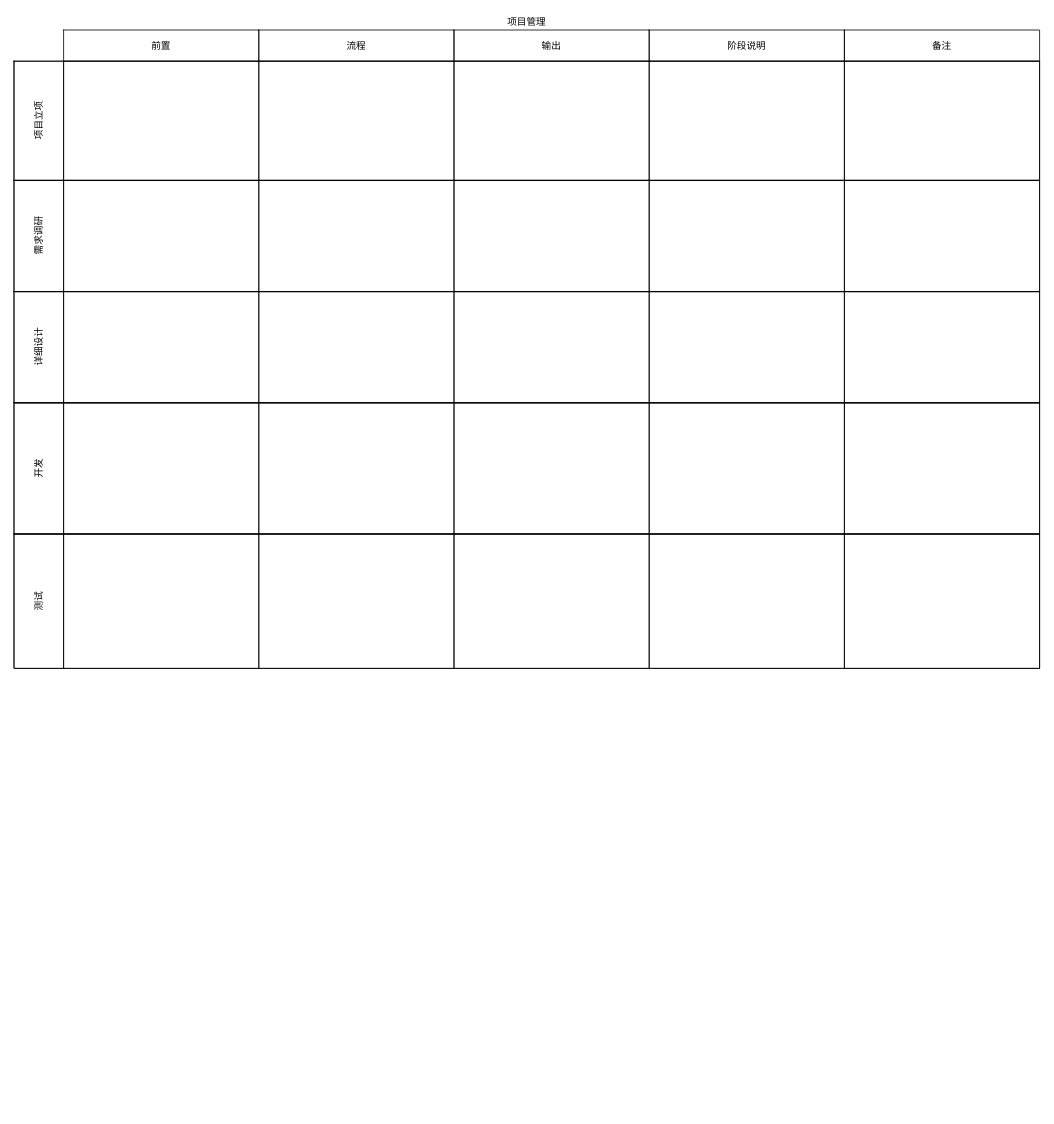
This is 未命名绘图.drawio from uiwifi/test, a draw.io file, before an edit. Source tidied: cells renumbered, new cells numbered last; positions are measured from the earlier drawing's top-left corner, leaving out a move shared by most shapes. Both pictures are drawn from the tidied source at 80%, with x=0, y=0 at pixel (14, 14).
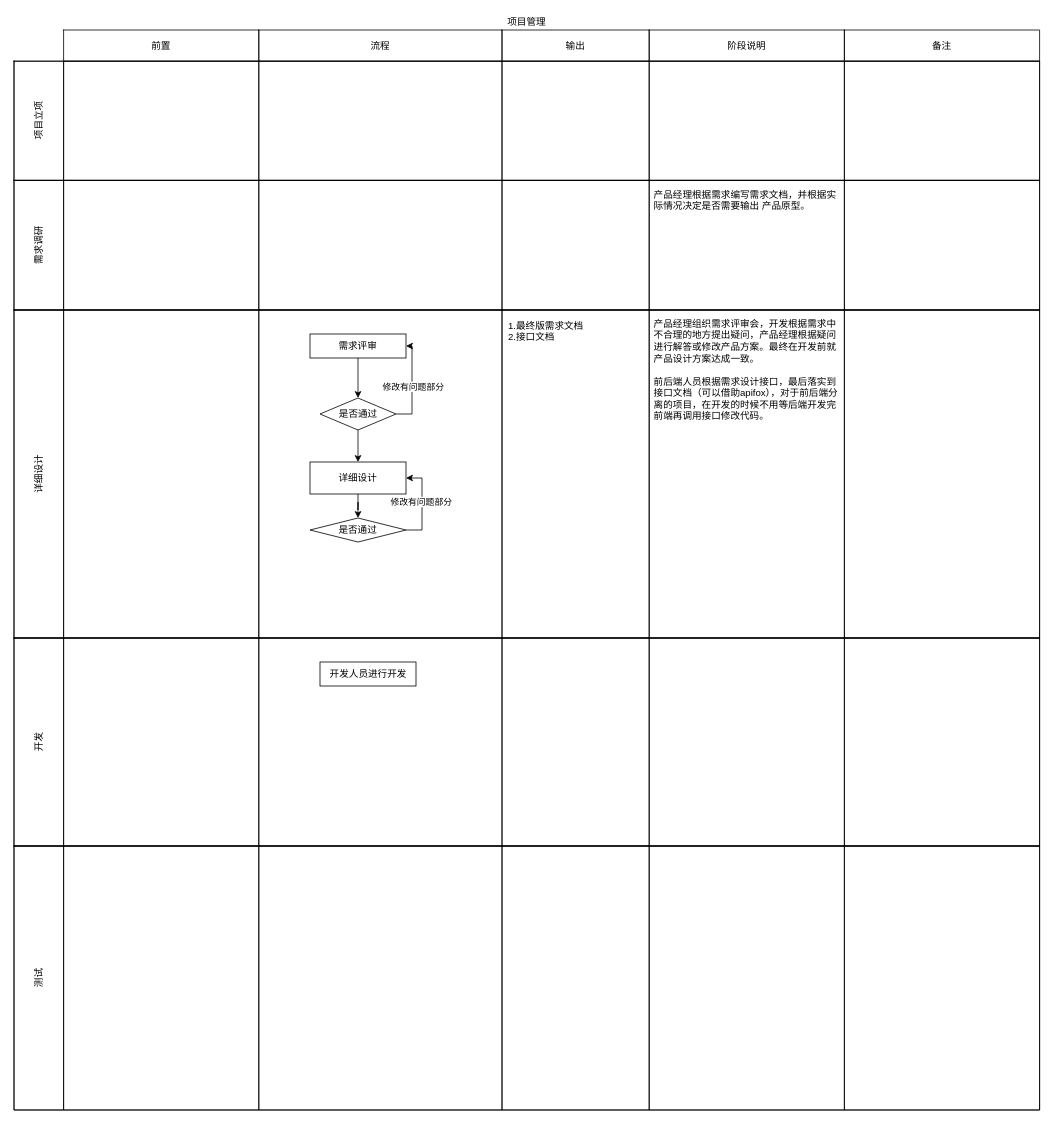
Above is the later version.

The change refers to these unchanged cells:
```xml
<mxCell id="3" style="shape=partialRectangle;html=1;whiteSpace=wrap;fillColor=none;top=0;left=0;bottom=0;right=0;strokeColor=none;" parent="2" vertex="1">
  <mxGeometry y="20" width="1282" height="39" as="geometry" />
</mxCell>
<mxCell id="10" style="shape=partialRectangle;html=1;whiteSpace=wrap;fillColor=none;top=1;left=1;bottom=1;right=1;" parent="2" vertex="1">
  <mxGeometry y="59" width="1282" height="149" as="geometry" />
</mxCell>
```

What changed in the source:
```diff
@@
     <mxCell id="2" value="项目管理" style="shape=table;html=1;whiteSpace=wrap;startSize=20;childLayout=tableLayout;fillColor=none;swimlaneFillColor=#ffffff;strokeColor=none;" parent="1" vertex="1">
-      <mxGeometry width="1282" height="818" as="geometry" />
+      <mxGeometry width="1282" height="1370" as="geometry" />
     </mxCell>
@@
     <mxCell id="6" value="流程" style="shape=partialRectangle;html=1;whiteSpace=wrap;fillColor=none;top=1;left=1;bottom=1;right=1;overflow=hidden;" parent="3" vertex="1">
-      <mxGeometry x="306" width="244" height="39" as="geometry" />
+      <mxGeometry x="306" width="304" height="39" as="geometry" />
     </mxCell>
     <mxCell id="7" value="输出" style="shape=partialRectangle;html=1;whiteSpace=wrap;fillColor=none;top=1;left=1;bottom=1;right=1;overflow=hidden;" parent="3" vertex="1">
-      <mxGeometry x="550" width="244" height="39" as="geometry" />
+      <mxGeometry x="610" width="184" height="39" as="geometry" />
     </mxCell>
@@
     <mxCell id="13" style="shape=partialRectangle;html=1;whiteSpace=wrap;fillColor=none;top=1;left=1;bottom=1;right=1;overflow=hidden;" parent="10" vertex="1">
-      <mxGeometry x="306" width="244" height="149" as="geometry" />
+      <mxGeometry x="306" width="304" height="149" as="geometry" />
     </mxCell>
     <mxCell id="14" style="shape=partialRectangle;html=1;whiteSpace=wrap;fillColor=none;top=1;left=1;bottom=1;right=1;overflow=hidden;" parent="10" vertex="1">
-      <mxGeometry x="550" width="244" height="149" as="geometry" />
+      <mxGeometry x="610" width="184" height="149" as="geometry" />
     </mxCell>
@@
     <mxCell id="17" style="shape=partialRectangle;html=1;whiteSpace=wrap;fillColor=none;top=1;left=1;bottom=1;right=1;" parent="2" vertex="1">
-      <mxGeometry y="208" width="1282" height="139" as="geometry" />
+      <mxGeometry y="208" width="1282" height="162" as="geometry" />
     </mxCell>
     <mxCell id="18" value="需求调研" style="shape=partialRectangle;html=1;whiteSpace=wrap;fillColor=none;top=1;left=1;bottom=1;right=1;overflow=hidden;horizontal=0;" parent="17" vertex="1">
-      <mxGeometry width="62" height="139" as="geometry" />
+      <mxGeometry width="62" height="162" as="geometry" />
     </mxCell>
     <mxCell id="19" style="shape=partialRectangle;html=1;whiteSpace=wrap;fillColor=none;top=1;left=1;bottom=1;right=1;overflow=hidden;" parent="17" vertex="1">
-      <mxGeometry x="62" width="244" height="139" as="geometry" />
+      <mxGeometry x="62" width="244" height="162" as="geometry" />
     </mxCell>
     <mxCell id="20" style="shape=partialRectangle;html=1;whiteSpace=wrap;fillColor=none;top=1;left=1;bottom=1;right=1;overflow=hidden;" parent="17" vertex="1">
-      <mxGeometry x="306" width="244" height="139" as="geometry" />
+      <mxGeometry x="306" width="304" height="162" as="geometry" />
     </mxCell>
     <mxCell id="21" style="shape=partialRectangle;html=1;whiteSpace=wrap;fillColor=none;top=1;left=1;bottom=1;right=1;overflow=hidden;" parent="17" vertex="1">
-      <mxGeometry x="550" width="244" height="139" as="geometry" />
+      <mxGeometry x="610" width="184" height="162" as="geometry" />
     </mxCell>
-    <mxCell id="22" style="shape=partialRectangle;html=1;whiteSpace=wrap;fillColor=none;top=1;left=1;bottom=1;right=1;overflow=hidden;" parent="17" vertex="1">
-      <mxGeometry x="794" width="244" height="139" as="geometry" />
+    <mxCell id="22" value="产品经理根据需求编写需求文档，并根据实际情况决定是否需要输出 产品原型。" style="shape=partialRectangle;html=1;whiteSpace=wrap;fillColor=none;top=1;left=1;bottom=1;right=1;overflow=hidden;align=left;verticalAlign=top;horizontal=1;spacingTop=4;spacingLeft=4;spacingRight=4;spacingBottom=4;" parent="17" vertex="1">
+      <mxGeometry x="794" width="244" height="162" as="geometry" />
     </mxCell>
     <mxCell id="23" style="shape=partialRectangle;html=1;whiteSpace=wrap;fillColor=none;top=1;left=1;bottom=1;right=1;overflow=hidden;" parent="17" vertex="1">
-      <mxGeometry x="1038" width="244" height="139" as="geometry" />
+      <mxGeometry x="1038" width="244" height="162" as="geometry" />
     </mxCell>
     <mxCell id="24" style="shape=partialRectangle;html=1;whiteSpace=wrap;fillColor=none;top=1;left=1;bottom=1;right=1;" parent="2" vertex="1">
-      <mxGeometry y="347" width="1282" height="139" as="geometry" />
+      <mxGeometry y="370" width="1282" height="410" as="geometry" />
     </mxCell>
     <mxCell id="25" value="详细设计" style="shape=partialRectangle;html=1;whiteSpace=wrap;fillColor=none;top=1;left=1;bottom=1;right=1;overflow=hidden;horizontal=0;" parent="24" vertex="1">
-      <mxGeometry width="62" height="139" as="geometry" />
+      <mxGeometry width="62" height="410" as="geometry" />
     </mxCell>
     <mxCell id="26" style="shape=partialRectangle;html=1;whiteSpace=wrap;fillColor=none;top=1;left=1;bottom=1;right=1;overflow=hidden;" parent="24" vertex="1">
-      <mxGeometry x="62" width="244" height="139" as="geometry" />
+      <mxGeometry x="62" width="244" height="410" as="geometry" />
     </mxCell>
     <mxCell id="27" style="shape=partialRectangle;html=1;whiteSpace=wrap;fillColor=none;top=1;left=1;bottom=1;right=1;overflow=hidden;" parent="24" vertex="1">
-      <mxGeometry x="306" width="244" height="139" as="geometry" />
+      <mxGeometry x="306" width="304" height="410" as="geometry" />
     </mxCell>
-    <mxCell id="28" style="shape=partialRectangle;html=1;whiteSpace=wrap;fillColor=none;top=1;left=1;bottom=1;right=1;overflow=hidden;" parent="24" vertex="1">
-      <mxGeometry x="550" width="244" height="139" as="geometry" />
+    <mxCell id="28" value="1.最终版需求文档&lt;br&gt;2.接口文档&lt;br&gt;" style="shape=partialRectangle;html=1;whiteSpace=wrap;fillColor=none;top=1;left=1;bottom=1;right=1;overflow=hidden;align=left;verticalAlign=top;spacingTop=4;spacingLeft=4;spacingBottom=4;spacingRight=4;spacing=4;" parent="24" vertex="1">
+      <mxGeometry x="610" width="184" height="410" as="geometry" />
     </mxCell>
-    <mxCell id="29" style="shape=partialRectangle;html=1;whiteSpace=wrap;fillColor=none;top=1;left=1;bottom=1;right=1;overflow=hidden;" parent="24" vertex="1">
-      <mxGeometry x="794" width="244" height="139" as="geometry" />
+    <mxCell id="29" value="产品经理组织需求评审会，开发根据需求中不合理的地方提出疑问，产品经理根据疑问进行解答或修改产品方案。最终在开发前就产品设计方案达成一致。&lt;br&gt;&lt;br&gt;前后端人员根据需求设计接口，最后落实到接口文档（可以借助apifox），对于前后端分离的项目，在开发的时候不用等后端开发完前端再调用接口修改代码。" style="shape=partialRectangle;html=1;whiteSpace=wrap;fillColor=none;top=1;left=1;bottom=1;right=1;overflow=hidden;align=left;verticalAlign=top;spacingTop=4;spacingBottom=4;spacingLeft=4;spacingRight=4;" parent="24" vertex="1">
+      <mxGeometry x="794" width="244" height="410" as="geometry" />
     </mxCell>
     <mxCell id="30" style="shape=partialRectangle;html=1;whiteSpace=wrap;fillColor=none;top=1;left=1;bottom=1;right=1;overflow=hidden;" parent="24" vertex="1">
-      <mxGeometry x="1038" width="244" height="139" as="geometry" />
+      <mxGeometry x="1038" width="244" height="410" as="geometry" />
     </mxCell>
     <mxCell id="31" style="shape=partialRectangle;html=1;whiteSpace=wrap;fillColor=none;top=1;left=1;bottom=1;right=1;" parent="2" vertex="1">
-      <mxGeometry y="486" width="1282" height="164" as="geometry" />
+      <mxGeometry y="780" width="1282" height="260" as="geometry" />
     </mxCell>
     <mxCell id="32" value="开发" style="shape=partialRectangle;html=1;whiteSpace=wrap;fillColor=none;top=1;left=1;bottom=1;right=1;overflow=hidden;horizontal=0;" parent="31" vertex="1">
-      <mxGeometry width="62" height="164" as="geometry" />
+      <mxGeometry width="62" height="260" as="geometry" />
     </mxCell>
     <mxCell id="33" style="shape=partialRectangle;html=1;whiteSpace=wrap;fillColor=none;top=1;left=1;bottom=1;right=1;overflow=hidden;" parent="31" vertex="1">
-      <mxGeometry x="62" width="244" height="164" as="geometry" />
+      <mxGeometry x="62" width="244" height="260" as="geometry" />
     </mxCell>
     <mxCell id="34" style="shape=partialRectangle;html=1;whiteSpace=wrap;fillColor=none;top=1;left=1;bottom=1;right=1;overflow=hidden;" parent="31" vertex="1">
-      <mxGeometry x="306" width="244" height="164" as="geometry" />
+      <mxGeometry x="306" width="304" height="260" as="geometry" />
     </mxCell>
     <mxCell id="35" style="shape=partialRectangle;html=1;whiteSpace=wrap;fillColor=none;top=1;left=1;bottom=1;right=1;overflow=hidden;" parent="31" vertex="1">
-      <mxGeometry x="550" width="244" height="164" as="geometry" />
+      <mxGeometry x="610" width="184" height="260" as="geometry" />
     </mxCell>
     <mxCell id="36" style="shape=partialRectangle;html=1;whiteSpace=wrap;fillColor=none;top=1;left=1;bottom=1;right=1;overflow=hidden;" parent="31" vertex="1">
-      <mxGeometry x="794" width="244" height="164" as="geometry" />
+      <mxGeometry x="794" width="244" height="260" as="geometry" />
     </mxCell>
     <mxCell id="37" style="shape=partialRectangle;html=1;whiteSpace=wrap;fillColor=none;top=1;left=1;bottom=1;right=1;overflow=hidden;" parent="31" vertex="1">
-      <mxGeometry x="1038" width="244" height="164" as="geometry" />
+      <mxGeometry x="1038" width="244" height="260" as="geometry" />
     </mxCell>
     <mxCell id="38" style="shape=partialRectangle;html=1;whiteSpace=wrap;fillColor=none;top=1;left=1;bottom=1;right=1;" parent="2" vertex="1">
-      <mxGeometry y="650" width="1282" height="168" as="geometry" />
+      <mxGeometry y="1040" width="1282" height="330" as="geometry" />
     </mxCell>
     <mxCell id="39" value="测试" style="shape=partialRectangle;html=1;whiteSpace=wrap;fillColor=none;top=1;left=1;bottom=1;right=1;overflow=hidden;horizontal=0;" parent="38" vertex="1">
-      <mxGeometry width="62" height="168" as="geometry" />
+      <mxGeometry width="62" height="330" as="geometry" />
     </mxCell>
     <mxCell id="40" style="shape=partialRectangle;html=1;whiteSpace=wrap;fillColor=none;top=1;left=1;bottom=1;right=1;overflow=hidden;" parent="38" vertex="1">
-      <mxGeometry x="62" width="244" height="168" as="geometry" />
+      <mxGeometry x="62" width="244" height="330" as="geometry" />
     </mxCell>
     <mxCell id="41" style="shape=partialRectangle;html=1;whiteSpace=wrap;fillColor=none;top=1;left=1;bottom=1;right=1;overflow=hidden;" parent="38" vertex="1">
-      <mxGeometry x="306" width="244" height="168" as="geometry" />
+      <mxGeometry x="306" width="304" height="330" as="geometry" />
     </mxCell>
     <mxCell id="42" style="shape=partialRectangle;html=1;whiteSpace=wrap;fillColor=none;top=1;left=1;bottom=1;right=1;overflow=hidden;" parent="38" vertex="1">
-      <mxGeometry x="550" width="244" height="168" as="geometry" />
+      <mxGeometry x="610" width="184" height="330" as="geometry" />
     </mxCell>
     <mxCell id="43" style="shape=partialRectangle;html=1;whiteSpace=wrap;fillColor=none;top=1;left=1;bottom=1;right=1;overflow=hidden;" parent="38" vertex="1">
-      <mxGeometry x="794" width="244" height="168" as="geometry" />
+      <mxGeometry x="794" width="244" height="330" as="geometry" />
     </mxCell>
     <mxCell id="44" style="shape=partialRectangle;html=1;whiteSpace=wrap;fillColor=none;top=1;left=1;bottom=1;right=1;overflow=hidden;" parent="38" vertex="1">
-      <mxGeometry x="1038" width="244" height="168" as="geometry" />
+      <mxGeometry x="1038" width="244" height="330" as="geometry" />
     </mxCell>
+    <mxCell id="45" style="edgeStyle=orthogonalEdgeStyle;rounded=0;jettySize=auto;html=1;exitX=0.5;exitY=1;exitDx=0;exitDy=0;entryX=0.5;entryY=0;entryDx=0;entryDy=0;" parent="1" edge="1" source="46" target="52">
+      <mxGeometry relative="1" as="geometry" />
+    </mxCell>
+    <mxCell id="46" value="需求评审" style="rounded=0;whiteSpace=wrap;html=1;" parent="1" vertex="1">
+      <mxGeometry x="370" y="400" width="120" height="30" as="geometry" />
+    </mxCell>
+    <mxCell id="47" style="edgeStyle=orthogonalEdgeStyle;rounded=0;jettySize=auto;html=1;exitX=0.5;exitY=1;exitDx=0;exitDy=0;" parent="1" edge="1" source="48" target="55">
+      <mxGeometry relative="1" as="geometry" />
+    </mxCell>
+    <mxCell id="48" value="详细设计" style="whiteSpace=wrap;html=1;fillColor=rgb(255, 255, 255);rounded=0;" parent="1" vertex="1">
+      <mxGeometry x="370" y="560" width="120" height="40" as="geometry" />
+    </mxCell>
+    <mxCell id="49" style="edgeStyle=orthogonalEdgeStyle;rounded=0;jettySize=auto;html=1;exitX=1;exitY=0.5;exitDx=0;exitDy=0;entryX=1;entryY=0.5;entryDx=0;entryDy=0;" parent="1" edge="1" source="52" target="46">
+      <mxGeometry relative="1" as="geometry" />
+    </mxCell>
+    <mxCell id="50" value="修改有问题部分" style="edgeLabel;html=1;align=center;verticalAlign=middle;" parent="49" vertex="1">
+      <mxGeometry x="-0.03" y="-1" relative="1" as="geometry" />
+    </mxCell>
+    <mxCell id="51" style="edgeStyle=orthogonalEdgeStyle;rounded=0;jettySize=auto;html=1;exitX=0.5;exitY=1;exitDx=0;exitDy=0;entryX=0.5;entryY=0;entryDx=0;entryDy=0;" parent="1" edge="1" source="52" target="48">
+      <mxGeometry relative="1" as="geometry" />
+    </mxCell>
+    <mxCell id="52" value="是否通过" style="rhombus;whiteSpace=wrap;html=1;" parent="1" vertex="1">
+      <mxGeometry x="382.5" y="480" width="95" height="40" as="geometry" />
+    </mxCell>
+    <mxCell id="53" style="edgeStyle=orthogonalEdgeStyle;rounded=0;jettySize=auto;html=1;exitX=1;exitY=0.5;exitDx=0;exitDy=0;entryX=1;entryY=0.5;entryDx=0;entryDy=0;" parent="1" edge="1" source="55" target="48">
+      <mxGeometry relative="1" as="geometry" />
+    </mxCell>
+    <mxCell id="54" value="修改有问题部分" style="edgeLabel;html=1;align=center;verticalAlign=middle;" parent="53" vertex="1">
+      <mxGeometry x="0.05" y="2" relative="1" as="geometry">
+        <mxPoint y="-1" as="offset" />
+      </mxGeometry>
+    </mxCell>
+    <mxCell id="55" value="是否通过" style="rhombus;whiteSpace=wrap;html=1;" parent="1" vertex="1">
+      <mxGeometry x="370" y="630" width="120" height="30" as="geometry" />
+    </mxCell>
+    <mxCell id="56" value="开发人员进行开发" style="rounded=0;whiteSpace=wrap;html=1;" parent="1" vertex="1">
+      <mxGeometry x="382.5" y="810" width="120" height="30" as="geometry" />
+    </mxCell>
```
